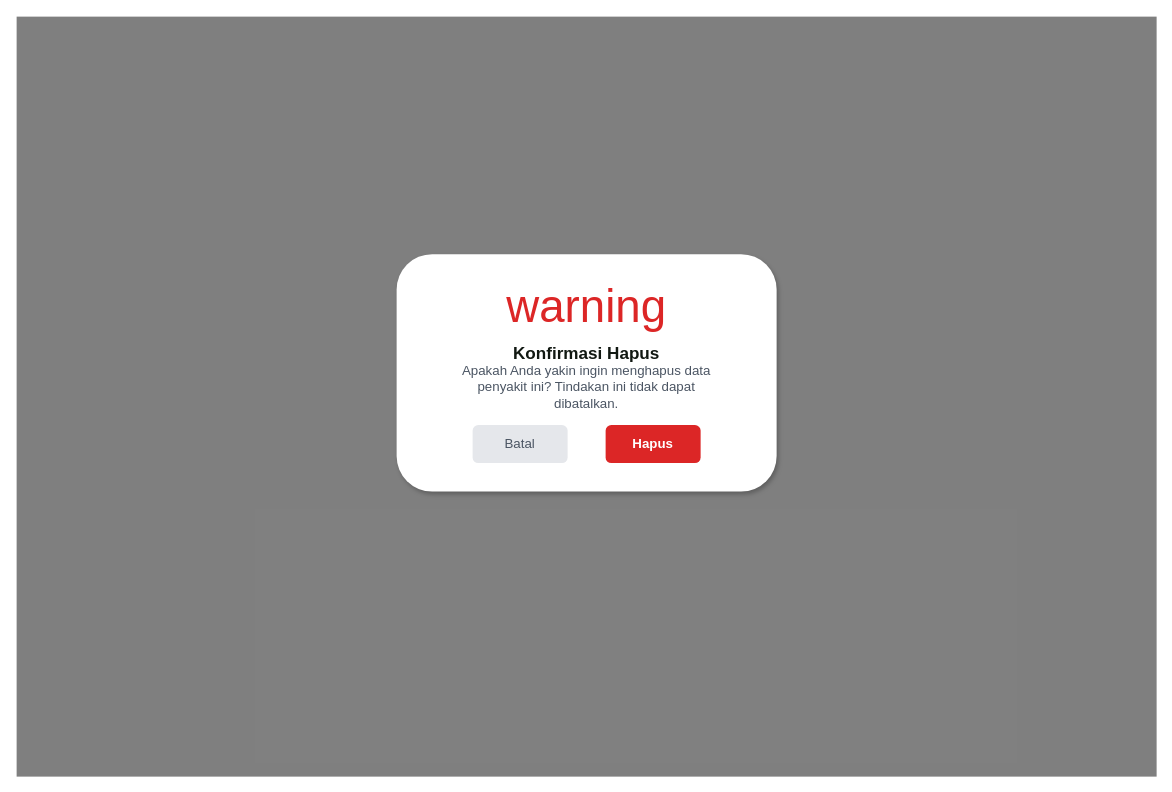
Earlier version of the draw.io diagram diagram/desain/admin-hapus-penyakit.drawio (RajaSunrise/kangkungku). Source tidied: cells renumbered, new cells numbered last; positions are measured from the earlier drawing's top-left corner, leaving out a move shared by most shapes. Both pictures are drawn from the tidied source at 95%, with x=0, y=0 at pixel (16, 16).
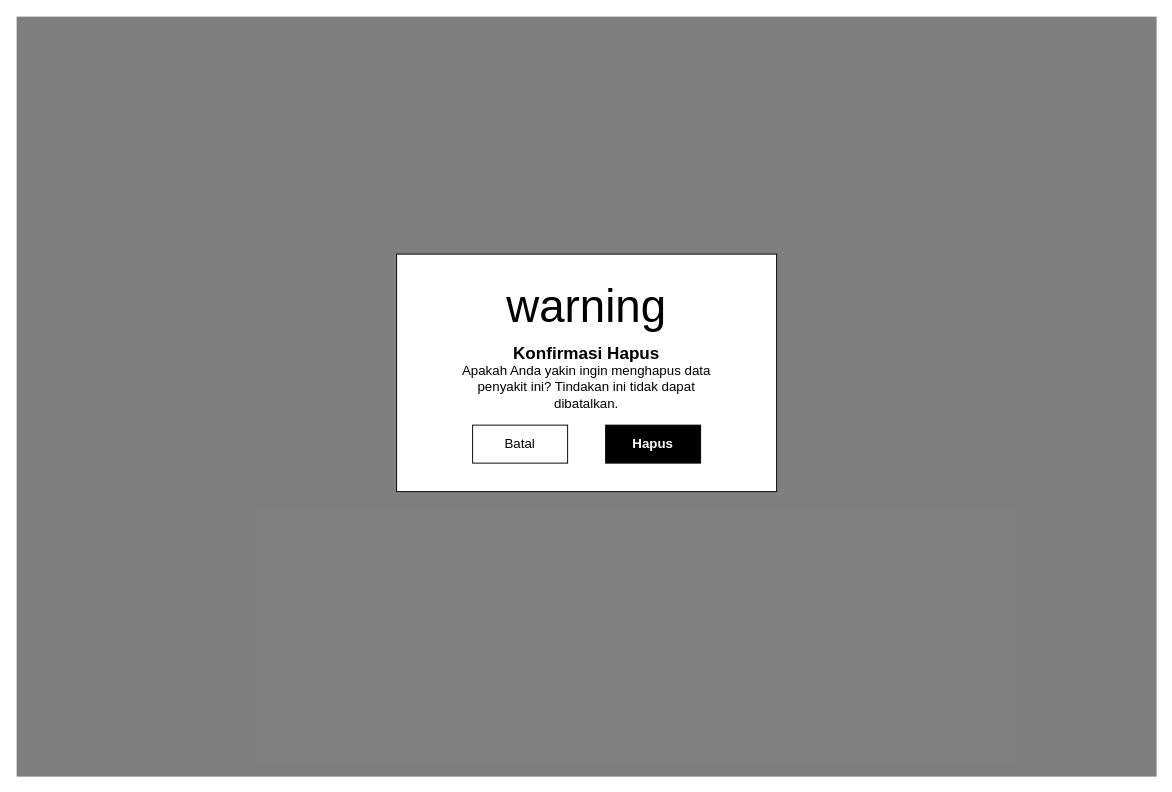
Above is the later version.

The edit, as a diff of the source:
```diff
@@
 <mxGraphModel>
   <root>
     <mxCell id="0" />
     <mxCell id="1" parent="0" />
     <mxCell id="2" style="rounded=0;whiteSpace=wrap;html=1;fillColor=#000000;fillOpacity=50;strokeColor=none;" parent="1" vertex="1">
       <mxGeometry width="1200" height="800" as="geometry" />
     </mxCell>
-    <mxCell id="3" style="rounded=1;whiteSpace=wrap;html=1;fillColor=#FFFFFF;strokeColor=none;shadow=1;" parent="1" vertex="1">
+    <mxCell id="3" style="rounded=0;whiteSpace=wrap;html=1;fillColor=#FFFFFF;strokeColor=#000000;" parent="1" vertex="1">
       <mxGeometry x="400" y="250" width="400" height="250" as="geometry" />
     </mxCell>
-    <mxCell id="4" value="warning" style="text;html=1;strokeColor=none;fillColor=none;align=center;verticalAlign=middle;whiteSpace=wrap;rounded=0;fontColor=#DC2626;fontSize=48;fontFamily=Material Icons;" parent="1" vertex="1">
+    <mxCell id="4" value="warning" style="text;html=1;strokeColor=none;fillColor=none;align=center;verticalAlign=middle;whiteSpace=wrap;rounded=0;fontColor=#000000;fontSize=48;fontFamily=Material Icons;" parent="1" vertex="1">
       <mxGeometry x="575" y="280" width="50" height="50" as="geometry" />
     </mxCell>
-    <mxCell id="5" value="Konfirmasi Hapus" style="text;html=1;strokeColor=none;fillColor=none;align=center;verticalAlign=middle;whiteSpace=wrap;rounded=0;fontColor=#111812;fontSize=18;fontStyle=1;" parent="1" vertex="1">
+    <mxCell id="5" value="Konfirmasi Hapus" style="text;html=1;strokeColor=none;fillColor=none;align=center;verticalAlign=middle;whiteSpace=wrap;rounded=0;fontColor=#000000;fontSize=18;fontStyle=1;" parent="1" vertex="1">
       <mxGeometry x="450" y="340" width="300" height="30" as="geometry" />
     </mxCell>
-    <mxCell id="6" value="Apakah Anda yakin ingin menghapus data penyakit ini? Tindakan ini tidak dapat dibatalkan." style="text;html=1;strokeColor=none;fillColor=none;align=center;verticalAlign=middle;whiteSpace=wrap;rounded=0;fontColor=#4B5563;fontSize=14;" parent="1" vertex="1">
+    <mxCell id="6" value="Apakah Anda yakin ingin menghapus data penyakit ini? Tindakan ini tidak dapat dibatalkan." style="text;html=1;strokeColor=none;fillColor=none;align=center;verticalAlign=middle;whiteSpace=wrap;rounded=0;fontColor=#000000;fontSize=14;" parent="1" vertex="1">
       <mxGeometry x="450" y="370" width="300" height="40" as="geometry" />
     </mxCell>
-    <mxCell id="7" value="Batal" style="rounded=1;whiteSpace=wrap;html=1;fillColor=#E5E7EB;strokeColor=none;fontColor=#4B5563;fontSize=14;" parent="1" vertex="1">
+    <mxCell id="7" value="Batal" style="rounded=0;whiteSpace=wrap;html=1;fillColor=#FFFFFF;strokeColor=#000000;fontColor=#000000;fontSize=14;" parent="1" vertex="1">
       <mxGeometry x="480" y="430" width="100" height="40" as="geometry" />
     </mxCell>
-    <mxCell id="8" value="Hapus" style="rounded=1;whiteSpace=wrap;html=1;fillColor=#DC2626;strokeColor=none;fontColor=#FFFFFF;fontStyle=1;fontSize=14;" parent="1" vertex="1">
+    <mxCell id="8" value="Hapus" style="rounded=0;whiteSpace=wrap;html=1;fillColor=#000000;strokeColor=#000000;fontColor=#FFFFFF;fontStyle=1;fontSize=14;" parent="1" vertex="1">
       <mxGeometry x="620" y="430" width="100" height="40" as="geometry" />
     </mxCell>
   </root>
 </mxGraphModel>
```
